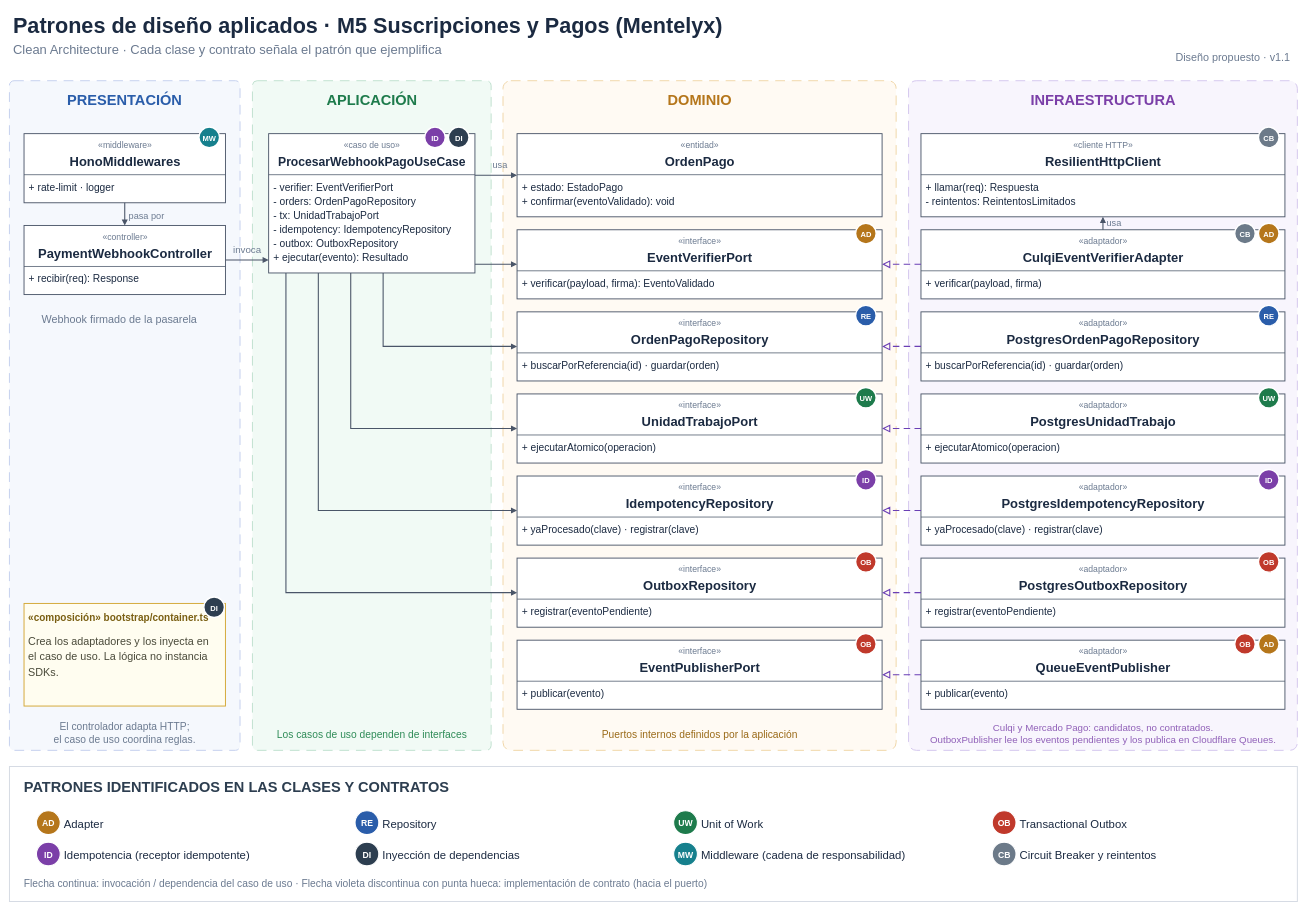
100robert/Mentelyx keeps this draw.io diagram as docs/img/fuente_drawio/patrones-diseno-m5.drawio. Above is the earlier version. Source tidied: cells renumbered, new cells numbered last; positions are measured from the earlier drawing's top-left corner, leaving out a move shared by most shapes. Both pictures are drawn from the tidied source at 54%, with x=0, y=0 at pixel (9, 9).
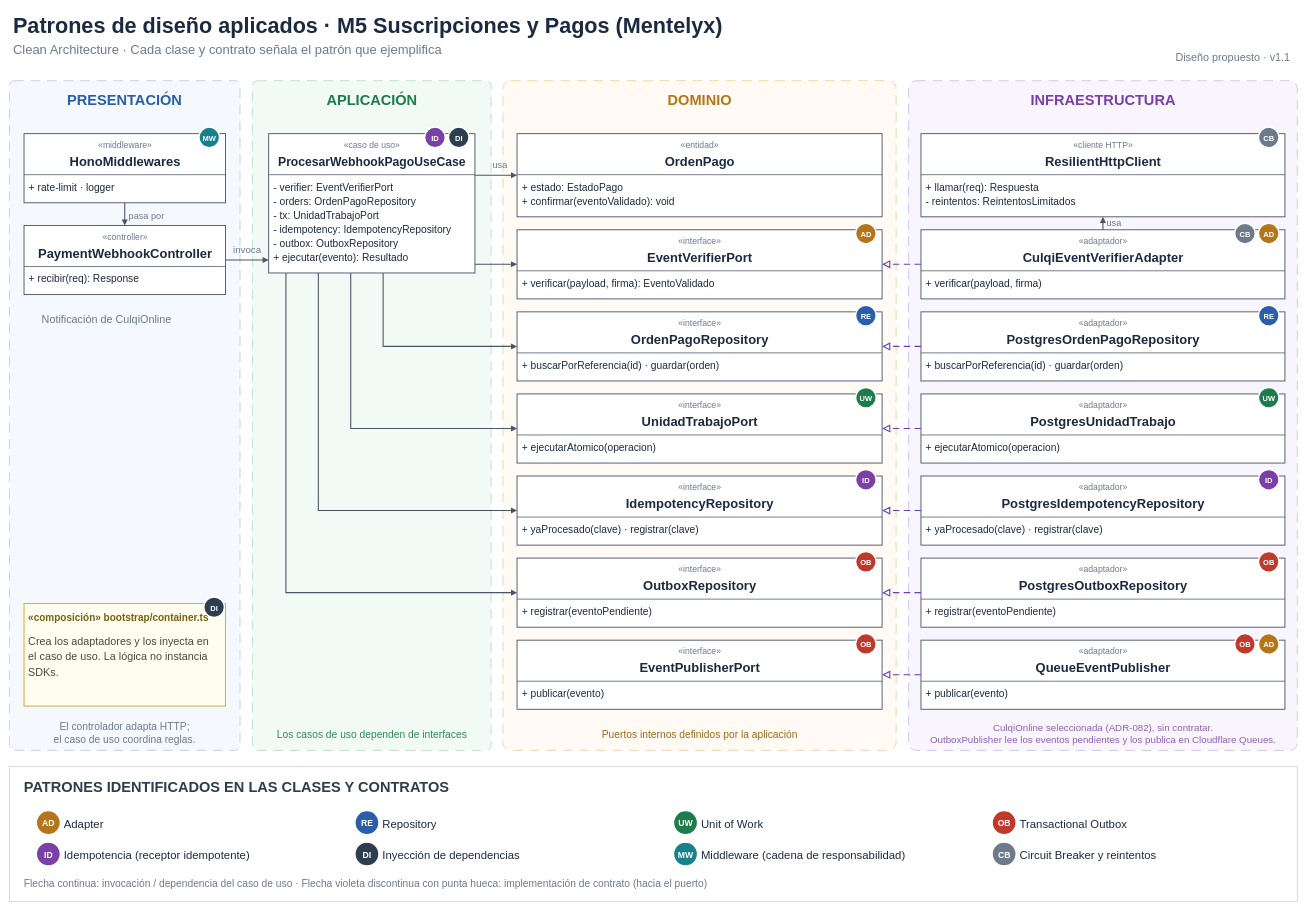
Above is the later version.

Change to the diagram source:
```diff
@@
-    <mxCell id="27" value="Webhook firmado de la pasarela" style="text;html=1;strokeColor=none;fillColor=none;align=left;verticalAlign=middle;whiteSpace=nowrap;spacing=0;fontSize=20;fontStyle=0;fontColor=#6B7A90;fontFamily=Arial;" parent="1" vertex="1">
+    <mxCell id="27" value="Notificación de CulqiOnline" style="text;html=1;strokeColor=none;fillColor=none;align=left;verticalAlign=middle;whiteSpace=nowrap;spacing=0;fontSize=20;fontStyle=0;fontColor=#6B7A90;fontFamily=Arial;" parent="1" vertex="1">
       <mxGeometry x="60" y="559" width="301.6" height="30" as="geometry" />
     </mxCell>
@@
-    <mxCell id="172" value="Culqi y Mercado Pago: candidatos, no contratados." style="text;html=1;strokeColor=none;fillColor=none;align=center;verticalAlign=middle;whiteSpace=nowrap;spacing=0;fontSize=18;fontStyle=0;fontColor=#9060B8;fontFamily=Arial;" parent="1" vertex="1">
+    <mxCell id="172" value="CulqiOnline seleccionada (ADR-082), sin contratar." style="text;html=1;strokeColor=none;fillColor=none;align=center;verticalAlign=middle;whiteSpace=nowrap;spacing=0;fontSize=18;fontStyle=0;fontColor=#9060B8;fontFamily=Arial;" parent="1" vertex="1">
       <mxGeometry x="1813.9" y="1316.1" width="422.3" height="27" as="geometry" />
     </mxCell>
```
